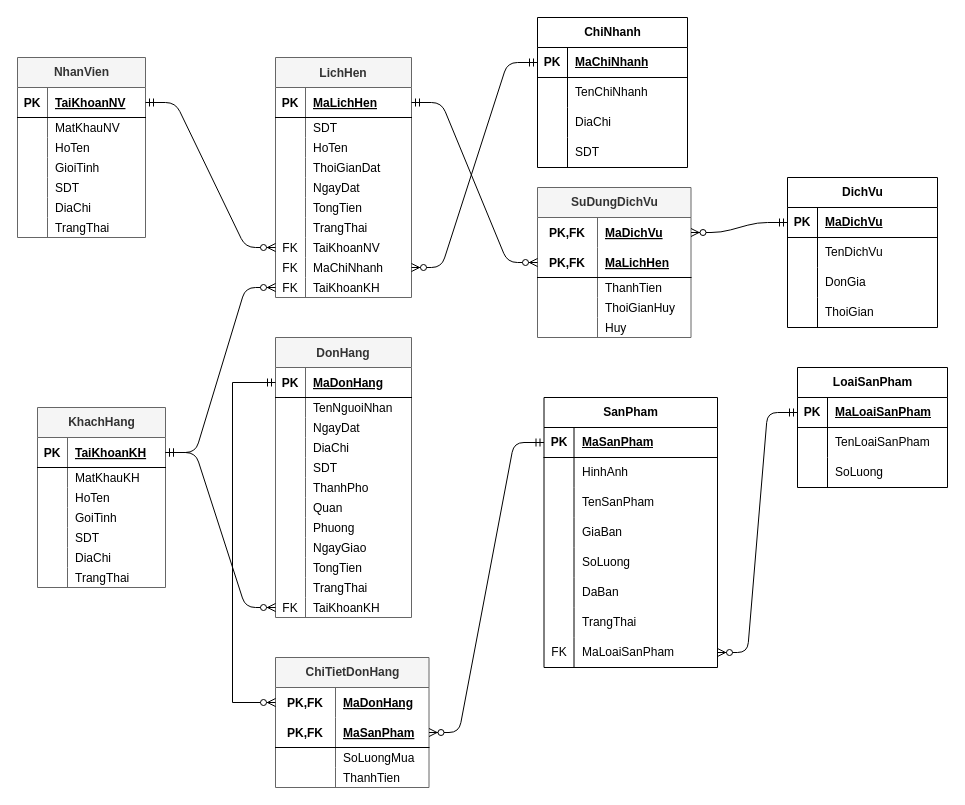
phanvandinh99/BarberShop keeps this draw.io diagram as ERD/ERD_Babershop.drawio. Above is the earlier version. Source tidied: cells renumbered, new cells numbered last; positions are measured from the earlier drawing's top-left corner, leaving out a move shared by most shapes. Both pictures are drawn from the tidied source at 100%, with x=0, y=0 at pixel (17, 17).
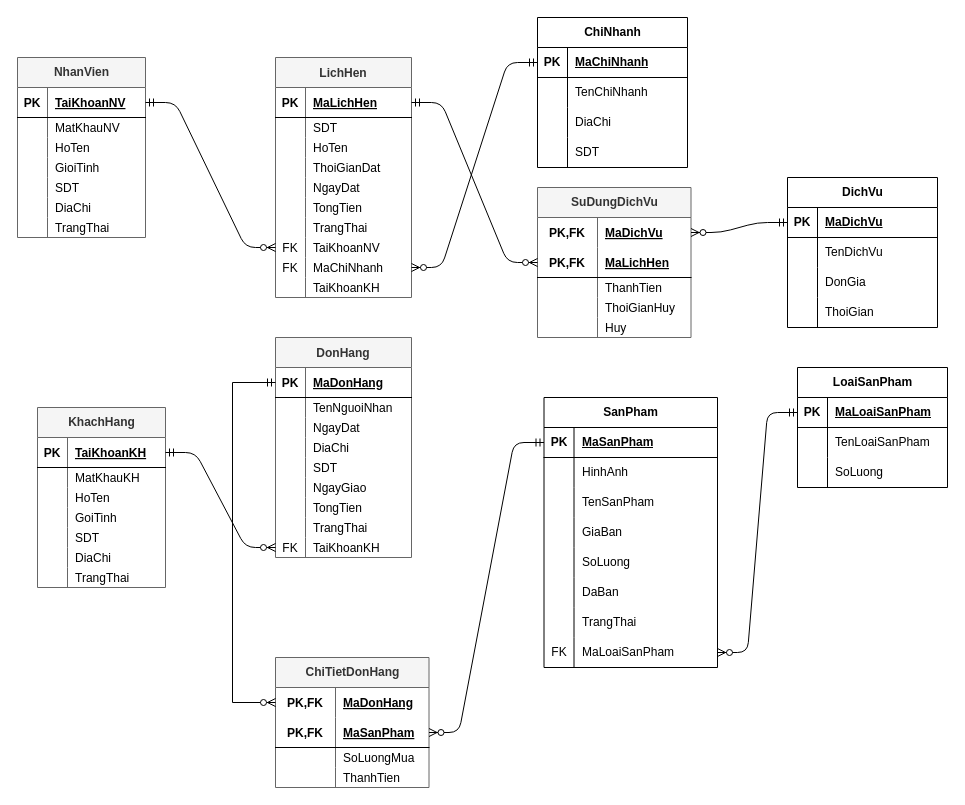
Above is the later version.

The change refers to these unchanged cells:
```xml
<mxCell id="38" style="shape=partialRectangle;fillColor=none;top=0;left=0;bottom=1;right=0;points=[[0,0.5],[1,0.5]];portConstraint=eastwest;" parent="37" vertex="1">
  <mxGeometry y="30" width="128" height="30" as="geometry" />
</mxCell>
<mxCell id="163" style="shape=partialRectangle;fillColor=none;top=0;left=0;bottom=0;right=0;points=[[0,0.5],[1,0.5]];portConstraint=eastwest;" parent="135" vertex="1">
  <mxGeometry y="220" width="136" height="20" as="geometry" />
</mxCell>
```

Change to the diagram source:
```diff
@@
     <mxCell id="94" value="DonHang" style="shape=table;startSize=30;childLayout=tableLayout;rowLines=0;fontStyle=1;align=center;fillColor=#f5f5f5;strokeColor=#666666;fontColor=#333333;" parent="1" vertex="1">
-      <mxGeometry x="258" y="320" width="136" height="280" as="geometry" />
+      <mxGeometry x="258" y="320" width="136" height="220" as="geometry" />
     </mxCell>
@@
-    <mxCell id="110" style="shape=partialRectangle;fillColor=none;top=0;left=0;bottom=0;right=0;" parent="94" vertex="1">
-      <mxGeometry y="140" width="136" height="20" as="geometry" />
-    </mxCell>
-    <mxCell id="111" style="shape=partialRectangle;fillColor=none;top=0;left=0;bottom=0;right=0;overflow=hidden;" parent="110" vertex="1">
-      <mxGeometry width="30" height="20" as="geometry" />
-    </mxCell>
-    <mxCell id="112" value="ThanhPho" style="shape=partialRectangle;fillColor=none;top=0;left=0;bottom=0;right=0;align=left;spacingLeft=6;overflow=hidden;" parent="110" vertex="1">
-      <mxGeometry x="30" width="106" height="20" as="geometry" />
-    </mxCell>
-    <mxCell id="113" style="shape=partialRectangle;fillColor=none;top=0;left=0;bottom=0;right=0;" parent="94" vertex="1">
-      <mxGeometry y="160" width="136" height="20" as="geometry" />
-    </mxCell>
-    <mxCell id="114" style="shape=partialRectangle;fillColor=none;top=0;left=0;bottom=0;right=0;overflow=hidden;" parent="113" vertex="1">
-      <mxGeometry width="30" height="20" as="geometry" />
-    </mxCell>
-    <mxCell id="115" value="Quan" style="shape=partialRectangle;fillColor=none;top=0;left=0;bottom=0;right=0;align=left;spacingLeft=6;overflow=hidden;" parent="113" vertex="1">
-      <mxGeometry x="30" width="106" height="20" as="geometry" />
-    </mxCell>
-    <mxCell id="116" style="shape=partialRectangle;fillColor=none;top=0;left=0;bottom=0;right=0;" parent="94" vertex="1">
-      <mxGeometry y="180" width="136" height="20" as="geometry" />
-    </mxCell>
-    <mxCell id="117" style="shape=partialRectangle;fillColor=none;top=0;left=0;bottom=0;right=0;overflow=hidden;" parent="116" vertex="1">
-      <mxGeometry width="30" height="20" as="geometry" />
-    </mxCell>
-    <mxCell id="118" value="Phuong" style="shape=partialRectangle;fillColor=none;top=0;left=0;bottom=0;right=0;align=left;spacingLeft=6;overflow=hidden;" parent="116" vertex="1">
-      <mxGeometry x="30" width="106" height="20" as="geometry" />
-    </mxCell>
     <mxCell id="119" style="shape=partialRectangle;fillColor=none;top=0;left=0;bottom=0;right=0;" parent="94" vertex="1">
-      <mxGeometry y="200" width="136" height="20" as="geometry" />
+      <mxGeometry y="140" width="136" height="20" as="geometry" />
     </mxCell>
@@
     <mxCell id="122" style="shape=partialRectangle;fillColor=none;top=0;left=0;bottom=0;right=0;" parent="94" vertex="1">
-      <mxGeometry y="220" width="136" height="20" as="geometry" />
+      <mxGeometry y="160" width="136" height="20" as="geometry" />
     </mxCell>
@@
     <mxCell id="125" style="shape=partialRectangle;fillColor=none;top=0;left=0;bottom=0;right=0;" parent="94" vertex="1">
-      <mxGeometry y="240" width="136" height="20" as="geometry" />
+      <mxGeometry y="180" width="136" height="20" as="geometry" />
     </mxCell>
@@
     <mxCell id="128" style="shape=partialRectangle;fillColor=none;top=0;left=0;bottom=0;right=0;points=[[0,0.5],[1,0.5]];portConstraint=eastwest;" parent="94" vertex="1">
-      <mxGeometry y="260" width="136" height="20" as="geometry" />
+      <mxGeometry y="200" width="136" height="20" as="geometry" />
     </mxCell>
@@
-    <mxCell id="164" value="FK" style="shape=partialRectangle;fillColor=none;top=0;left=0;bottom=0;right=0;overflow=hidden;" parent="163" vertex="1">
+    <mxCell id="164" style="shape=partialRectangle;fillColor=none;top=0;left=0;bottom=0;right=0;overflow=hidden;" parent="163" vertex="1">
       <mxGeometry width="30" height="20" as="geometry" />
     </mxCell>
@@
-    <mxCell id="192" style="edgeStyle=entityRelationEdgeStyle;fontSize=12;html=1;endArrow=ERzeroToMany;startArrow=ERmandOne;exitX=1;exitY=0.5;exitDx=0;exitDy=0;" parent="1" edge="1" source="38" target="163">
-      <mxGeometry relative="1" as="geometry" />
-    </mxCell>
```
